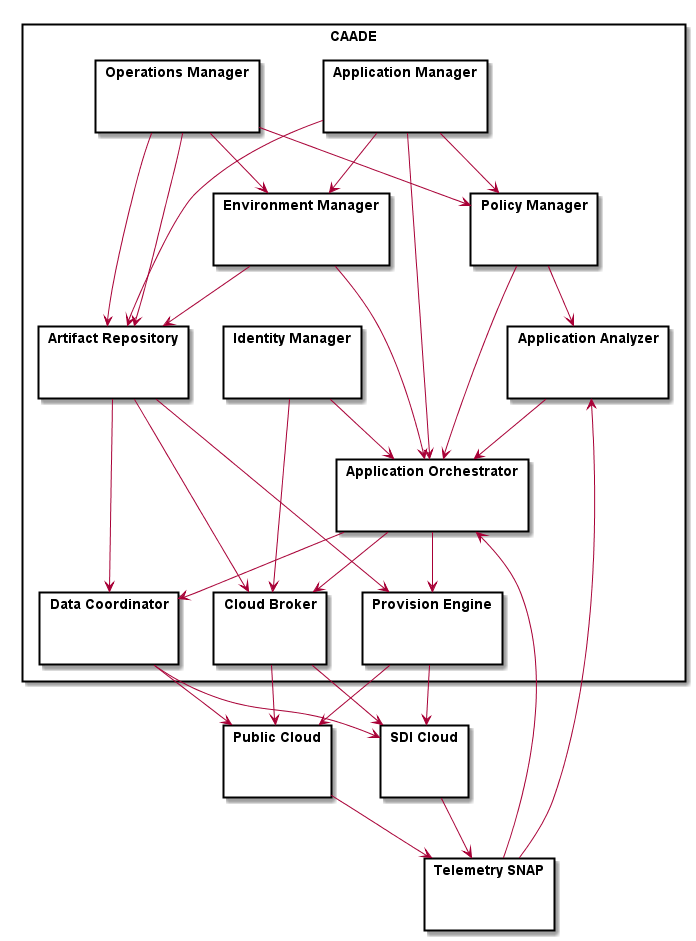
This is design/TopLevelArchitecture.png from CAADE/C3, a PlantUML export, as it was before one commit.
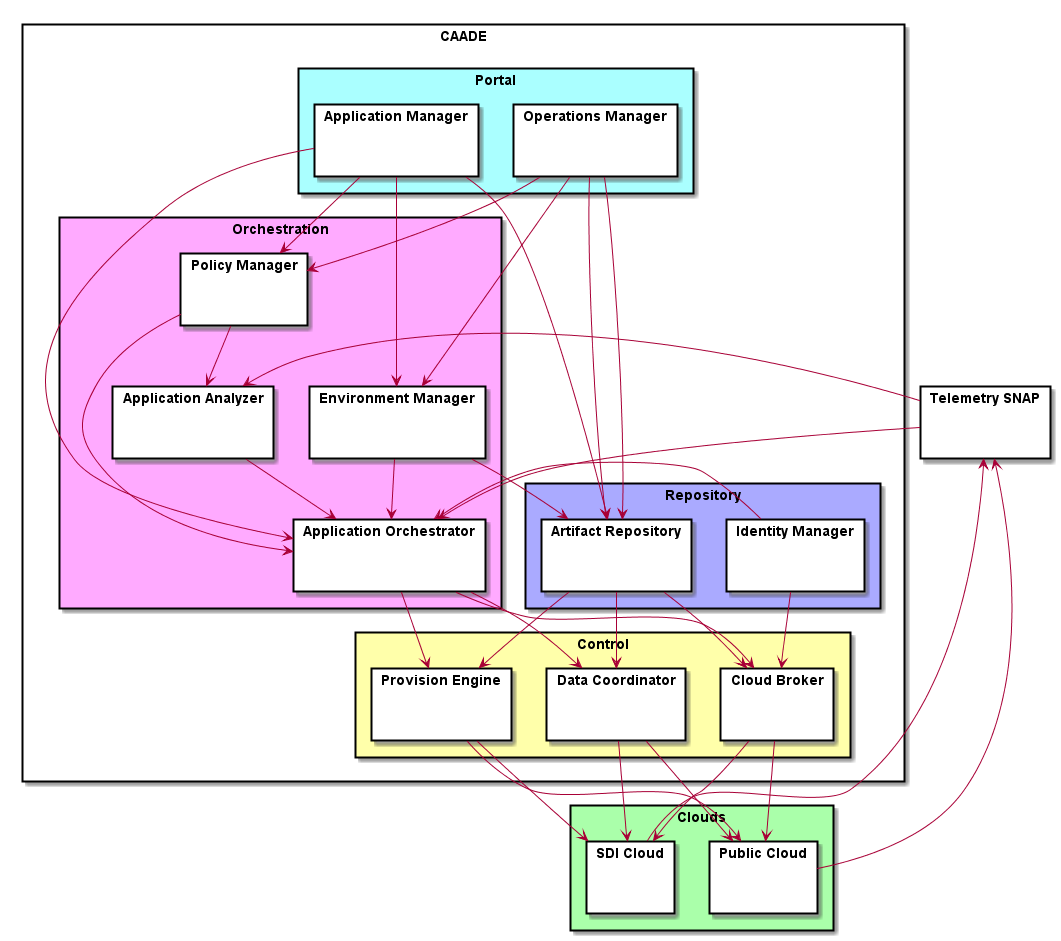
Above is the later version.

The edit, as a diff of the source:
```diff
@@ -3,24 +3,32 @@
 skinparam packageStyle rect
 
 package CAADE {
+package "Portal" #aaffff {
   package "Application Manager" {}
   package "Operations Manager" {}
-  package "Application Orchestrator" {}
-  package "Application Analyzer" {}
-  package "Cloud Broker" {}
+  }
+  package "Orchestration" #ffaaff {
+      package "Application Orchestrator" {}
+      package "Application Analyzer" {}
   package "Policy Manager" {}
-  package "Artifact Repository" {}
+  package "Environment Manager" {}
+  }
+  package "Control" #ffffaa {
   package "Cloud Broker" {}
   package "Data Coordinator" {}
-  package "Environment Manager" {}
+  package "Provision Engine" {}
+  }
+  package "Repository" #aaaaff {
+  package "Artifact Repository" {}
   package "Identity Manager" {}
-  package "Policy Manager" {}
-  package "Provision Engine" {}
+  }
 }
 
+package "Clouds" #aaffaa {
 package "SDI Cloud" {
 }
 package "Public Cloud" {
+}
 }
 
 package "Telemetry SNAP" {}
```
